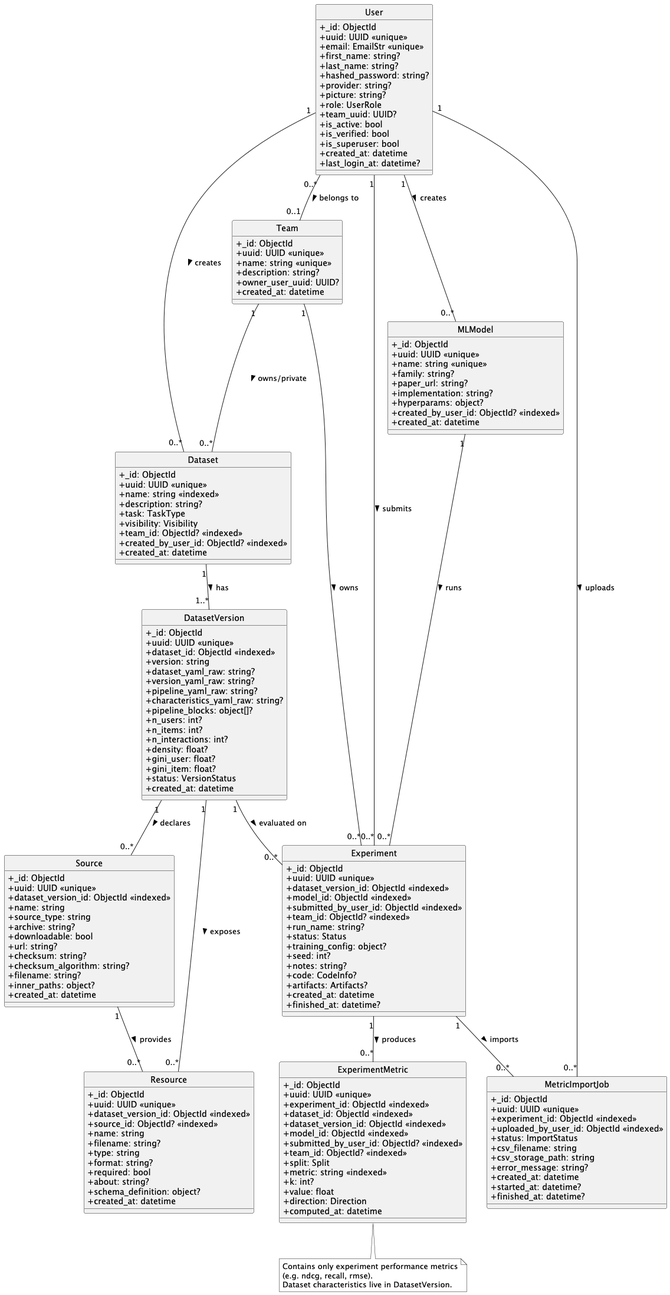
Baraff24/polibench keeps this PlantUML diagram as docs/backend/domain_model.png. Above is the earlier version.
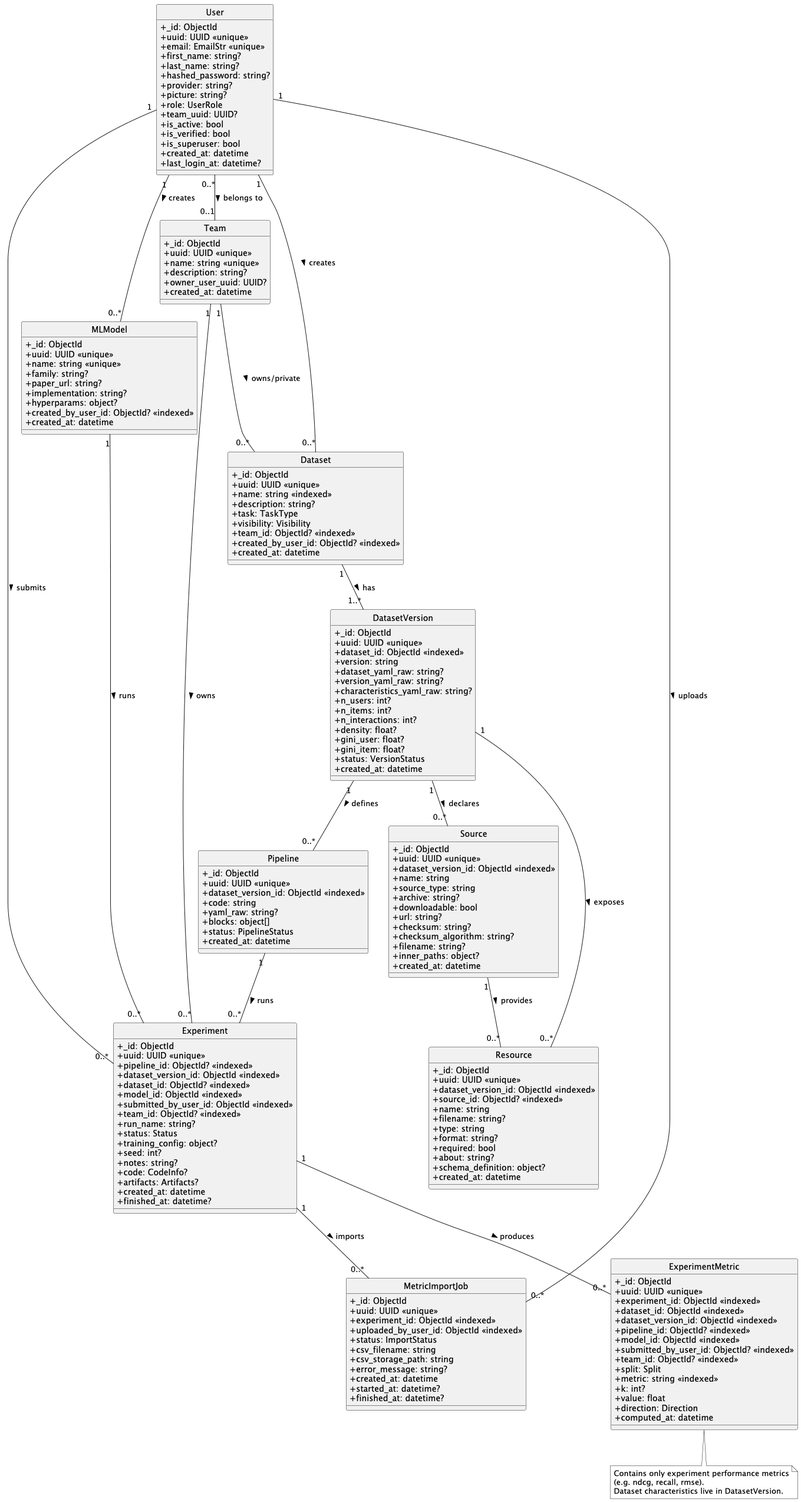
The same diagram one commit later.

Diff of the diagram source:
```diff
@@ -49,9 +49,7 @@
   +version: string
   +dataset_yaml_raw: string?
   +version_yaml_raw: string?
-  +pipeline_yaml_raw: string?
   +characteristics_yaml_raw: string?
-  +pipeline_blocks: object[]?
   +n_users: int?
   +n_items: int?
   +n_interactions: int?
@@ -59,6 +57,17 @@
   +gini_user: float?
   +gini_item: float?
   +status: VersionStatus
+  +created_at: datetime
+}
+
+class Pipeline {
+  +_id: ObjectId
+  +uuid: UUID <<unique>>
+  +dataset_version_id: ObjectId <<indexed>>
+  +code: string
+  +yaml_raw: string?
+  +blocks: object[]
+  +status: PipelineStatus
   +created_at: datetime
 }
 
@@ -108,7 +117,9 @@
 class Experiment {
   +_id: ObjectId
   +uuid: UUID <<unique>>
+  +pipeline_id: ObjectId? <<indexed>>
   +dataset_version_id: ObjectId <<indexed>>
+  +dataset_id: ObjectId? <<indexed>>
   +model_id: ObjectId <<indexed>>
   +submitted_by_user_id: ObjectId <<indexed>>
   +team_id: ObjectId? <<indexed>>
@@ -143,6 +154,7 @@
   +experiment_id: ObjectId <<indexed>>
   +dataset_id: ObjectId <<indexed>>
   +dataset_version_id: ObjectId <<indexed>>
+  +pipeline_id: ObjectId? <<indexed>>
   +model_id: ObjectId <<indexed>>
   +submitted_by_user_id: ObjectId? <<indexed>>
   +team_id: ObjectId? <<indexed>>
@@ -166,8 +178,9 @@
 Dataset "1" -- "1..*" DatasetVersion : has >
 DatasetVersion "1" -- "0..*" Source : declares >
 DatasetVersion "1" -- "0..*" Resource : exposes >
+DatasetVersion "1" -- "0..*" Pipeline : defines >
 
-DatasetVersion "1" -- "0..*" Experiment : evaluated on >
+Pipeline "1" -- "0..*" Experiment : runs >
 MLModel "1" -- "0..*" Experiment : runs >
 Experiment "1" -- "0..*" MetricImportJob : imports >
 Experiment "1" -- "0..*" ExperimentMetric : produces >
```
